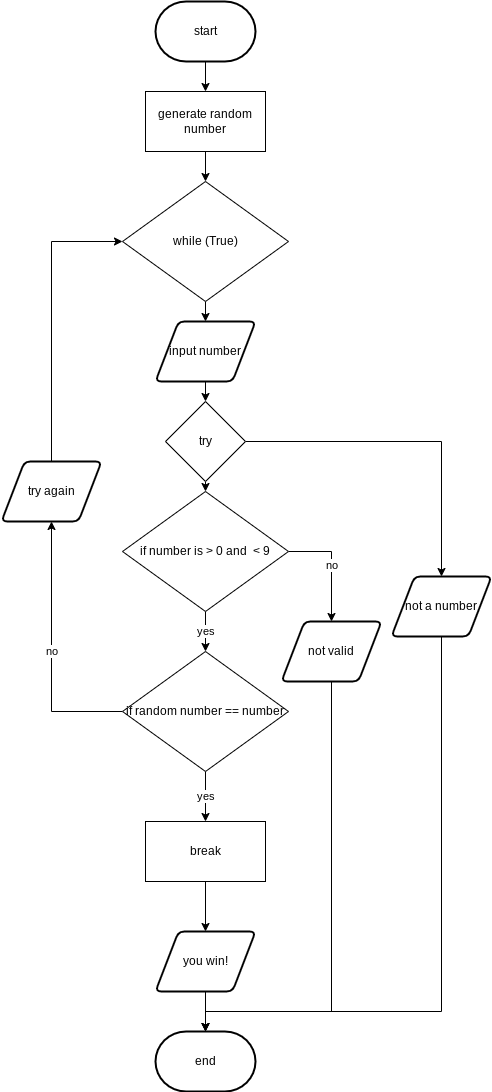
This is flow.png from devin-jhu/ICS3U-4-04-Python, a draw.io export, as it was before one commit. Source tidied: cells renumbered, new cells last; positions are measured from the earlier drawing's top-left corner, leaving out a move shared by most shapes.
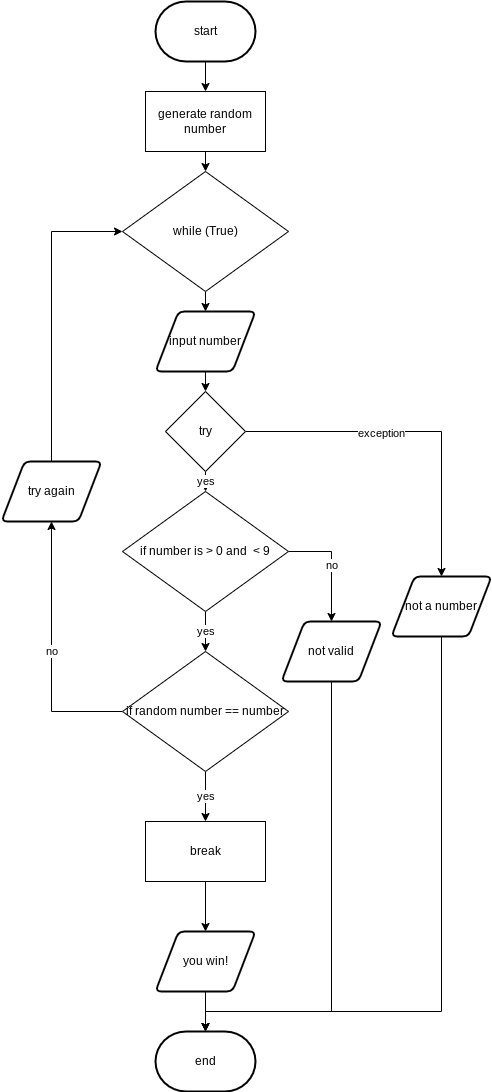
After the change.

What changed in the source:
```diff
@@ -20,11 +20,14 @@
     <mxCell id="7" style="edgeStyle=orthogonalEdgeStyle;shape=connector;rounded=0;html=1;exitX=1;exitY=0.5;exitDx=0;exitDy=0;labelBackgroundColor=default;fontFamily=Helvetica;fontSize=11;fontColor=default;endArrow=classic;strokeColor=default;entryX=0.5;entryY=0;entryDx=0;entryDy=0;" parent="1" edge="1" source="9" target="16">
       <mxGeometry relative="1" as="geometry" />
     </mxCell>
+    <mxCell id="31" value="exception" style="edgeLabel;html=1;align=center;verticalAlign=middle;" parent="7" vertex="1">
+      <mxGeometry x="-0.21" y="-1" relative="1" as="geometry" />
+    </mxCell>
-    <mxCell id="8" style="edgeStyle=none;html=1;exitX=0.5;exitY=1;exitDx=0;exitDy=0;" parent="1" edge="1" source="9" target="26">
+    <mxCell id="8" value="yes" style="edgeStyle=none;html=1;exitX=0.5;exitY=1;exitDx=0;exitDy=0;" parent="1" edge="1" source="9" target="26">
       <mxGeometry relative="1" as="geometry" />
     </mxCell>
     <mxCell id="9" value="try" style="rhombus;whiteSpace=wrap;html=1;" parent="1" vertex="1">
-      <mxGeometry x="164" y="400" width="80" height="80" as="geometry" />
+      <mxGeometry x="164" y="390" width="80" height="80" as="geometry" />
     </mxCell>
     <mxCell id="10" style="edgeStyle=orthogonalEdgeStyle;shape=connector;rounded=0;html=1;exitX=0.5;exitY=1;exitDx=0;exitDy=0;entryX=0.5;entryY=0;entryDx=0;entryDy=0;labelBackgroundColor=default;fontFamily=Helvetica;fontSize=11;fontColor=default;endArrow=classic;strokeColor=default;" parent="1" edge="1" source="11" target="23">
       <mxGeometry relative="1" as="geometry" />
@@ -67,13 +70,13 @@
       <mxGeometry relative="1" as="geometry" />
     </mxCell>
     <mxCell id="21" value="input number" style="shape=parallelogram;html=1;strokeWidth=2;perimeter=parallelogramPerimeter;whiteSpace=wrap;rounded=1;arcSize=12;size=0.23;" parent="1" vertex="1">
-      <mxGeometry x="154" y="320" width="100" height="60" as="geometry" />
+      <mxGeometry x="154" y="310" width="100" height="60" as="geometry" />
     </mxCell>
     <mxCell id="22" style="edgeStyle=orthogonalEdgeStyle;shape=connector;rounded=0;html=1;exitX=0.5;exitY=1;exitDx=0;exitDy=0;entryX=0.5;entryY=0;entryDx=0;entryDy=0;labelBackgroundColor=default;fontFamily=Helvetica;fontSize=11;fontColor=default;endArrow=classic;strokeColor=default;" parent="1" edge="1" source="23" target="21">
       <mxGeometry relative="1" as="geometry" />
     </mxCell>
     <mxCell id="23" value="while (True)" style="rhombus;whiteSpace=wrap;html=1;" parent="1" vertex="1">
-      <mxGeometry x="121" y="180" width="166" height="120" as="geometry" />
+      <mxGeometry x="121" y="170" width="166" height="120" as="geometry" />
     </mxCell>
     <mxCell id="24" value="yes" style="edgeStyle=orthogonalEdgeStyle;shape=connector;rounded=0;html=1;exitX=0.5;exitY=1;exitDx=0;exitDy=0;labelBackgroundColor=default;fontFamily=Helvetica;fontSize=11;fontColor=default;endArrow=classic;strokeColor=default;" parent="1" edge="1" source="26" target="19">
       <mxGeometry relative="1" as="geometry" />
```
